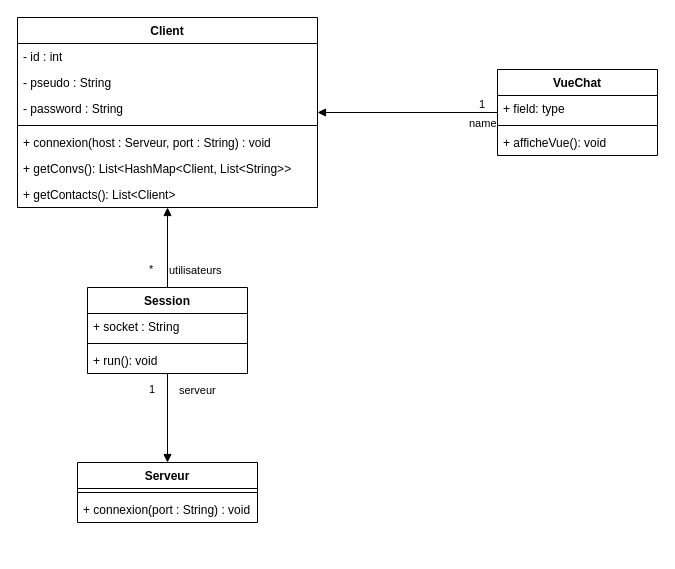
Above: diagramme_de_classes.drawio in JuliannMerit/SAE_SysReseau (draw.io), before the change. Source tidied: cells renumbered, new cells numbered last; positions are measured from the earlier drawing's top-left corner, leaving out a move shared by most shapes. Both pictures are drawn from the tidied source at 100%, with x=0, y=0 at pixel (17, 17).
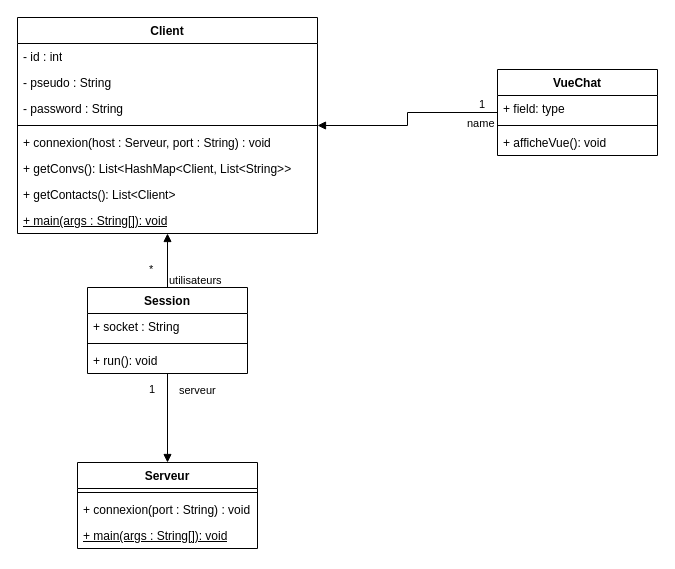
The same diagram, later.

Commit message:
association du code et du diagramme

Diff of the diagram source:
```diff
@@
     <mxCell id="2" value="Client" style="swimlane;fontStyle=1;align=center;verticalAlign=top;horizontal=1;startSize=26;whiteSpace=wrap;html=1;" parent="1" vertex="1">
-      <mxGeometry width="300" height="190" as="geometry" />
+      <mxGeometry width="300" height="216" as="geometry" />
     </mxCell>
@@
+    <mxCell id="27" value="&lt;u&gt;+ main(args : String[]): void&lt;/u&gt;" style="text;strokeColor=none;fillColor=none;align=left;verticalAlign=top;spacingLeft=4;spacingRight=4;overflow=hidden;whiteSpace=wrap;html=1;" parent="2" vertex="1">
+      <mxGeometry y="190" width="300" height="26" as="geometry" />
+    </mxCell>
     <mxCell id="10" value="Serveur" style="swimlane;fontStyle=1;align=center;verticalAlign=top;horizontal=1;startSize=26;whiteSpace=wrap;html=1;" parent="1" vertex="1">
-      <mxGeometry x="60" y="445" width="180" height="60" as="geometry" />
+      <mxGeometry x="60" y="445" width="180" height="86" as="geometry" />
     </mxCell>
@@
+    <mxCell id="28" value="&lt;u&gt;+ main(args : String[]): void&lt;/u&gt;" style="text;strokeColor=none;fillColor=none;align=left;verticalAlign=top;spacingLeft=4;spacingRight=4;overflow=hidden;whiteSpace=wrap;html=1;" parent="10" vertex="1">
+      <mxGeometry y="60" width="180" height="26" as="geometry" />
+    </mxCell>
```
